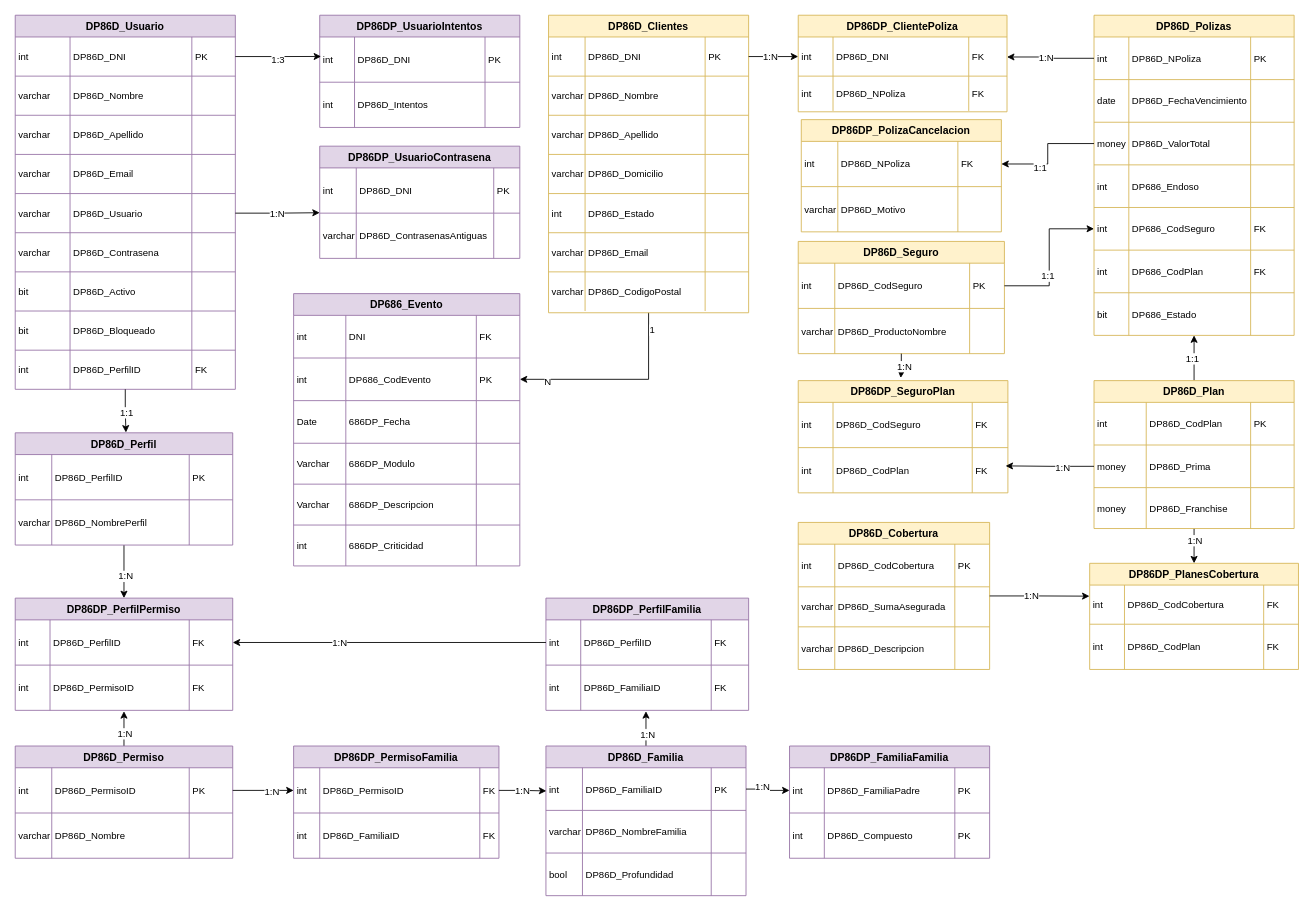
The draw.io diagram page "Page-1" (1 of 15) of Ing. SW/Ing. SW/DER/DER.drawio in Danunu04/Proyects, before the edit. Source tidied: cells renumbered, new cells numbered last; positions are measured from the earlier drawing's top-left corner, leaving out a move shared by most shapes. Both pictures are drawn from the tidied source at 87%, with x=0, y=0 at pixel (15, 15).
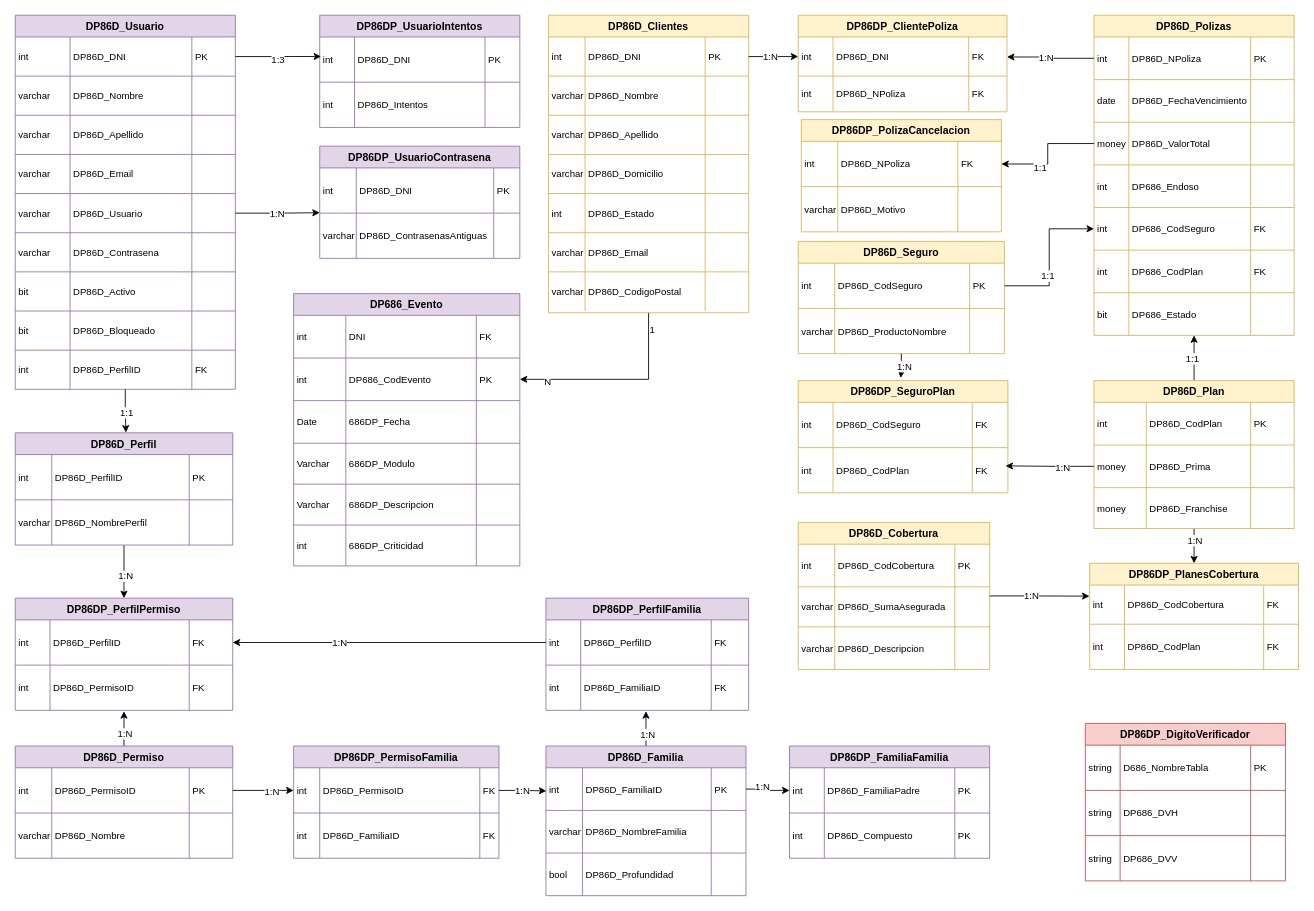
Above is the later version.

Change to the diagram source:
```diff
@@
+    <mxCell id="318" value="DP86DP_DigitoVerificador" style="shape=table;startSize=25;childLayout=tableLayout;rowLines=1;fontStyle=1;align=center;fillColor=#f8cecc;strokeColor=#b85450;" parent="1" vertex="1">
+      <mxGeometry x="1230" y="814" width="230" height="181" as="geometry" />
+    </mxCell>
+    <mxCell id="319" style="shape=tableRow;horizontal=0;startSize=0;swimlaneHead=0;swimlaneBody=0;fillColor=none;top=0;left=0;right=0;bottom=0;" parent="318" vertex="1">
+      <mxGeometry y="25" width="230" height="52" as="geometry" />
+    </mxCell>
+    <mxCell id="320" value="string" style="shape=partialRectangle;fillColor=none;top=0;left=0;bottom=0;right=0;align=left;spacingLeft=2;overflow=hidden;fontSize=11;" parent="319" vertex="1">
+      <mxGeometry width="40" height="52" as="geometry" />
+    </mxCell>
+    <mxCell id="321" value="D686_NombreTabla" style="shape=partialRectangle;fillColor=none;top=0;left=0;bottom=0;right=0;align=left;spacingLeft=2;overflow=hidden;fontSize=11;" parent="319" vertex="1">
+      <mxGeometry x="40" width="150" height="52" as="geometry" />
+    </mxCell>
+    <mxCell id="322" value="PK" style="shape=partialRectangle;fillColor=none;top=0;left=0;bottom=0;right=0;align=left;spacingLeft=2;overflow=hidden;fontSize=11;" parent="319" vertex="1">
+      <mxGeometry x="190" width="40" height="52" as="geometry" />
+    </mxCell>
+    <mxCell id="323" style="shape=tableRow;horizontal=0;startSize=0;swimlaneHead=0;swimlaneBody=0;fillColor=none;top=0;left=0;right=0;bottom=0;" parent="318" vertex="1">
+      <mxGeometry y="77" width="230" height="52" as="geometry" />
+    </mxCell>
+    <mxCell id="324" value="string" style="shape=partialRectangle;fillColor=none;top=0;left=0;bottom=0;right=0;align=left;spacingLeft=2;overflow=hidden;fontSize=11;" parent="323" vertex="1">
+      <mxGeometry width="40" height="52" as="geometry" />
+    </mxCell>
+    <mxCell id="325" value="DP686_DVH" style="shape=partialRectangle;fillColor=none;top=0;left=0;bottom=0;right=0;align=left;spacingLeft=2;overflow=hidden;fontSize=11;" parent="323" vertex="1">
+      <mxGeometry x="40" width="150" height="52" as="geometry" />
+    </mxCell>
+    <mxCell id="326" style="shape=partialRectangle;fillColor=none;top=0;left=0;bottom=0;right=0;align=left;spacingLeft=2;overflow=hidden;fontSize=11;" parent="323" vertex="1">
+      <mxGeometry x="190" width="40" height="52" as="geometry" />
+    </mxCell>
+    <mxCell id="327" style="shape=tableRow;horizontal=0;startSize=0;swimlaneHead=0;swimlaneBody=0;fillColor=none;top=0;left=0;right=0;bottom=0;" parent="318" vertex="1">
+      <mxGeometry y="129" width="230" height="52" as="geometry" />
+    </mxCell>
+    <mxCell id="328" value="string" style="shape=partialRectangle;fillColor=none;top=0;left=0;bottom=0;right=0;align=left;spacingLeft=2;overflow=hidden;fontSize=11;" parent="327" vertex="1">
+      <mxGeometry width="40" height="52" as="geometry" />
+    </mxCell>
+    <mxCell id="329" value="DP686_DVV" style="shape=partialRectangle;fillColor=none;top=0;left=0;bottom=0;right=0;align=left;spacingLeft=2;overflow=hidden;fontSize=11;" parent="327" vertex="1">
+      <mxGeometry x="40" width="150" height="52" as="geometry" />
+    </mxCell>
+    <mxCell id="330" style="shape=partialRectangle;fillColor=none;top=0;left=0;bottom=0;right=0;align=left;spacingLeft=2;overflow=hidden;fontSize=11;" parent="327" vertex="1">
+      <mxGeometry x="190" width="40" height="52" as="geometry" />
+    </mxCell>
```
